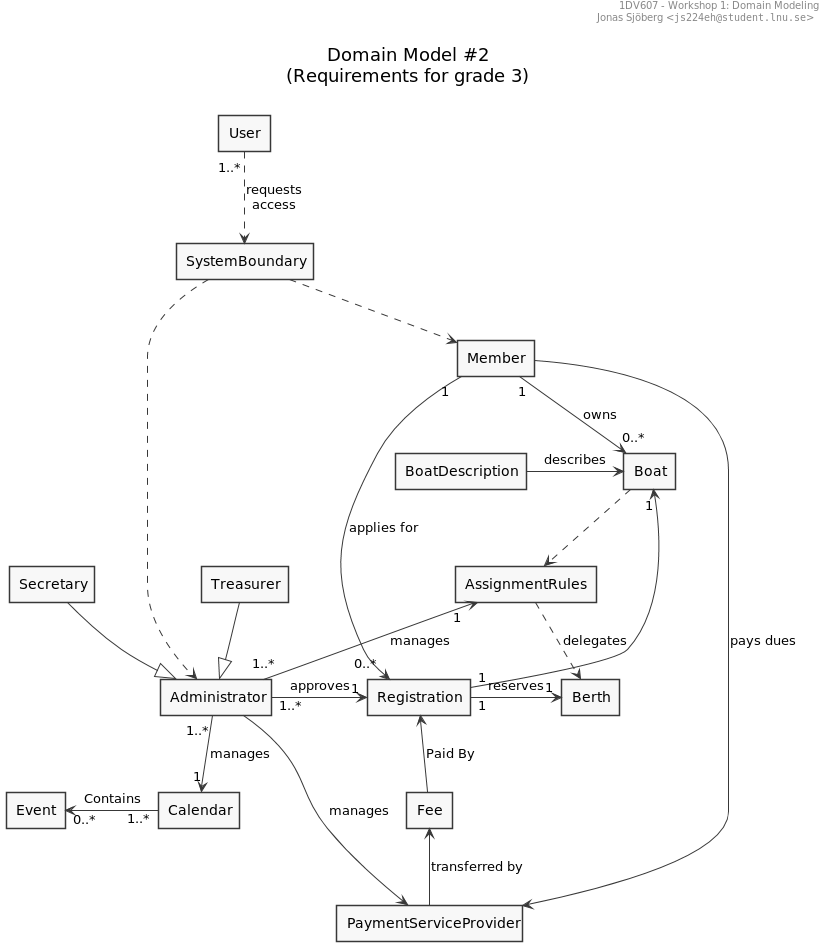
This is workshop1/uml/domain-model_2.png from jonasjberg/1dv607_workshop1, a PlantUML export, as it was before one commit.
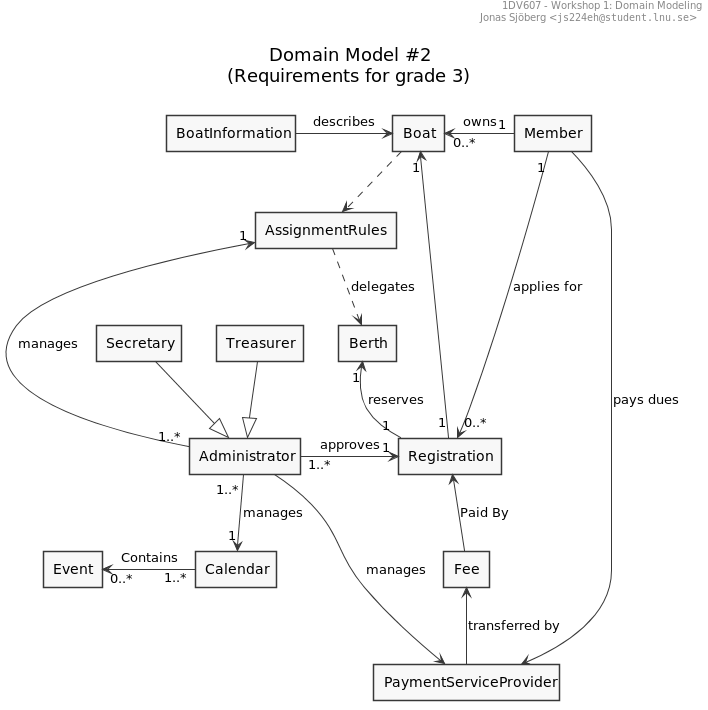
Later version of the same file.

Commit message:
Update Domain Model #2.

What changed in the source:
```diff
@@ -14,16 +14,14 @@
 
 title \nDomain Model #2\n(Requirements for grade 3)\n
 
-agent User
 agent Administrator
 agent Member
 agent Treasurer
 agent Secretary
 
-agent SystemBoundary
 agent Berth
 agent Boat
-agent BoatDescription
+agent BoatInformation
 agent Calendar
 agent Event
 agent Fee
@@ -32,26 +30,22 @@
 
 agent PaymentServiceProvider
 
-SystemBoundary ..> Member
-SystemBoundary ..> Administrator
-
-BoatDescription -> Boat : describes
+BoatInformation -> Boat : describes
 
 Treasurer --|> Administrator
 Secretary --|> Administrator
 
-User "1..*" ..> SystemBoundary : requests\naccess
 
 Administrator "1..*" --> "1" Calendar : manages
 Administrator "1..*" --> "1" AssignmentRules : manages
 Administrator "1..*" -> "1" Registration : approves
 
-Member "1" --> "0..*" Boat : owns
+Boat "0..*" <- "1" Member : owns
 Member "1" --> "0..*" Registration : applies for
 
 Registration <-- Fee : Paid By
 Registration "1" --> "1" Boat
-Registration "1" -> "1" Berth : reserves
+Berth "1" <-- "1" Registration : reserves
 
 Event "0..*" <- "1..*" Calendar : Contains
 
```
